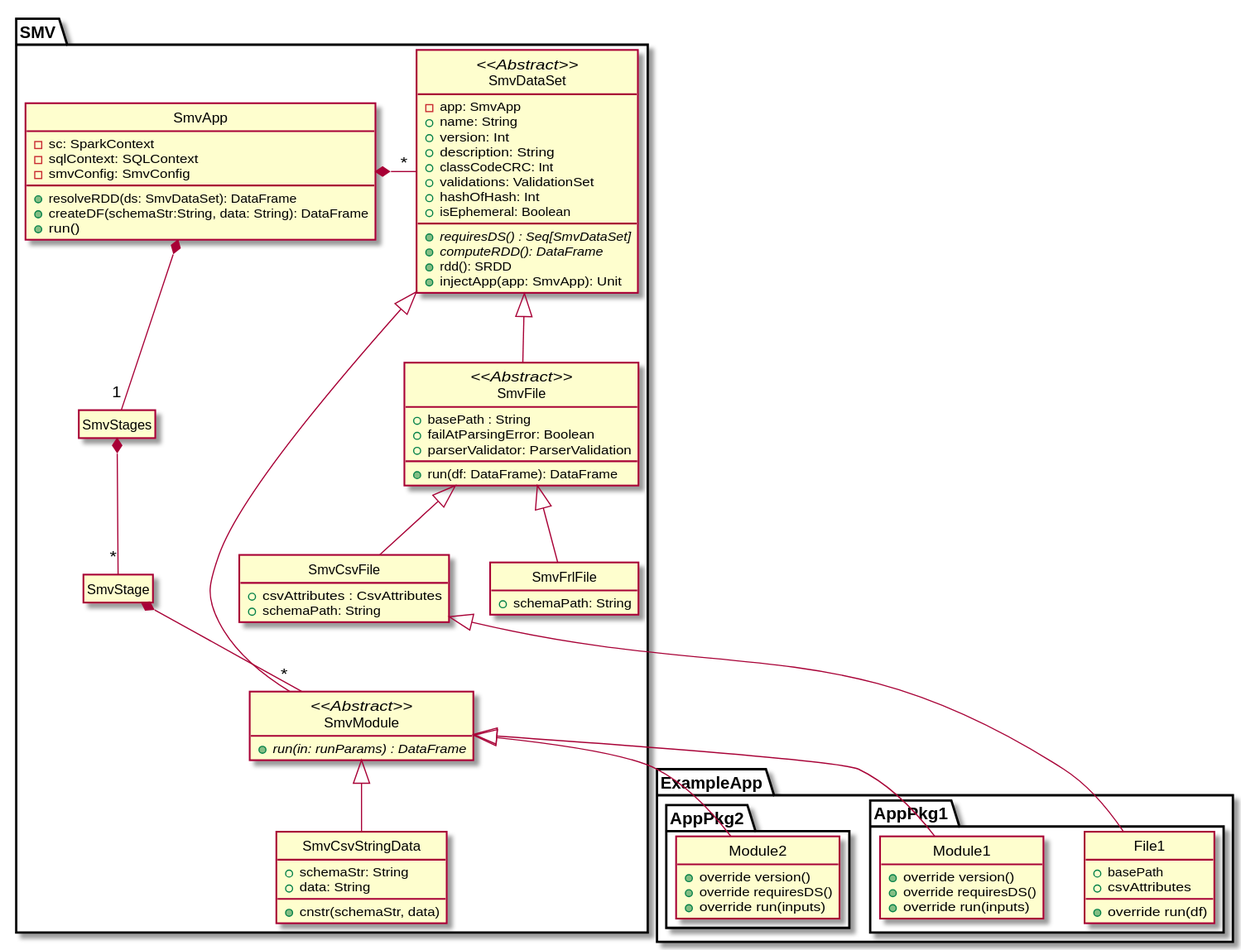
Earlier version of the PlantUML export docs/design/app_class.svg (TresAmigosSD/SMV). Its source is kept beside it as docs/design/app_class.puml.
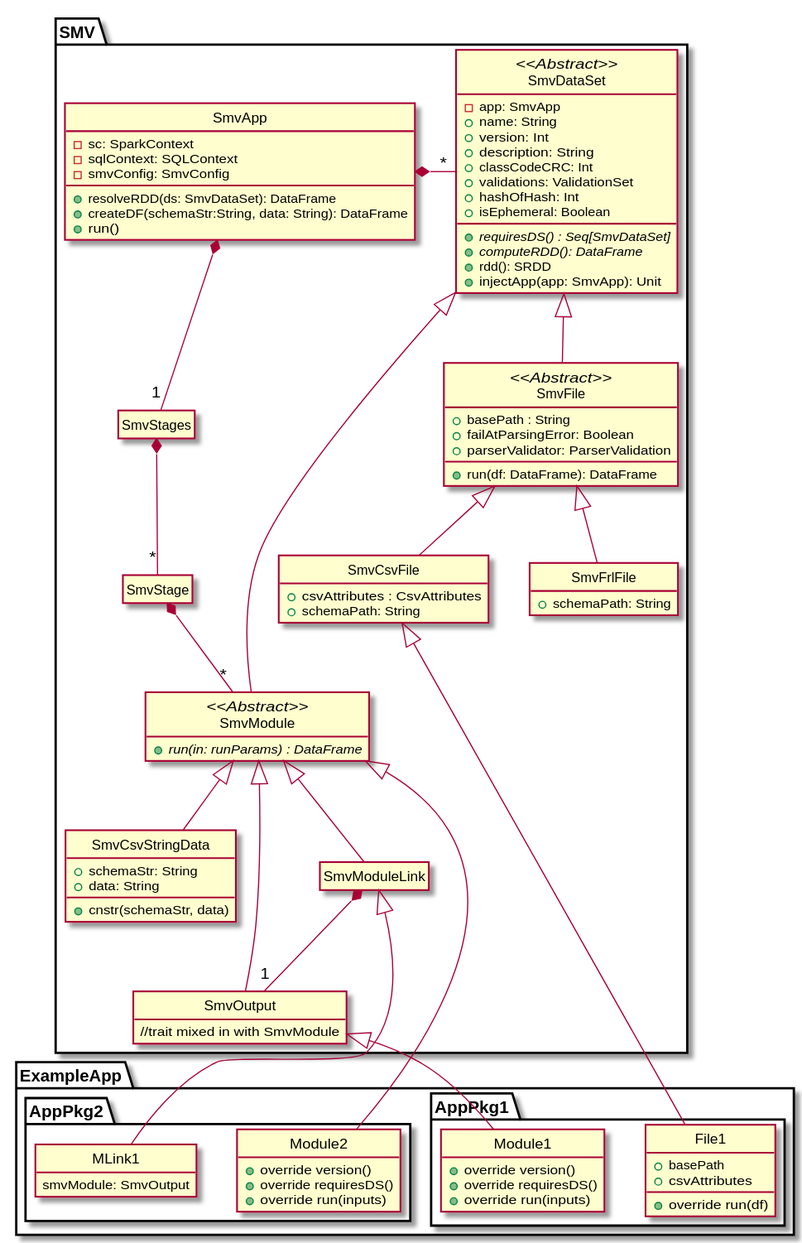
After the commit.

What changed in the source:
```diff
@@ -46,6 +46,12 @@
     +cnstr(schemaStr, data)
   }
 
+  class SmvModuleLink extends SmvModule
+
+  class SmvOutput extends SmvModule{
+  //trait mixed in with SmvModule
+  }
+
   class SmvApp {
     -sc: SparkContext
     -sqlContext: SQLContext
@@ -60,11 +66,13 @@
   SmvApp *-- "1" SmvStages
   SmvStages *-- "*" SmvStage
   SmvStage *-- "*" SmvModule
+
+  SmvModuleLink *-- "1" SmvOutput
 }
 
 package ExampleApp {
   package AppPkg1 {
-      class Module1 extends SmvModule {
+      class Module1 extends SmvOutput {
         +override version()
         +override requiresDS()
         +override run(inputs)
@@ -76,6 +84,10 @@
       }
   }
   package AppPkg2 {
+      class MLink1 extends SmvModuleLink {
+        smvModule: SmvOutput
+      }
+
       class Module2 extends SmvModule {
         +override version()
         +override requiresDS()
```
